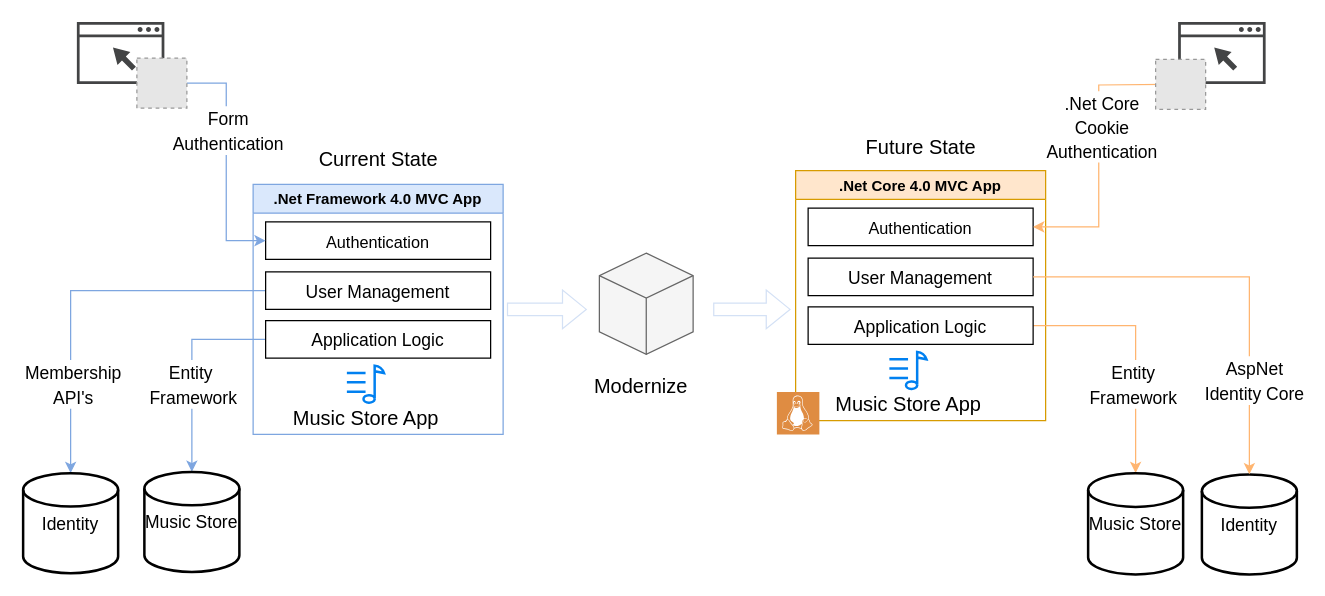
Above: MusicStore.drawio in aws-samples/dotnet-modernization-music-store (draw.io), before the change. Source tidied: cells renumbered, new cells numbered last; positions are measured from the earlier drawing's top-left corner, leaving out a move shared by most shapes. Both pictures are drawn from the tidied source at 125%, with x=0, y=0 at pixel (22, 21). Pictures stored in the file or linked from it are replaced by grey dashed boxes.
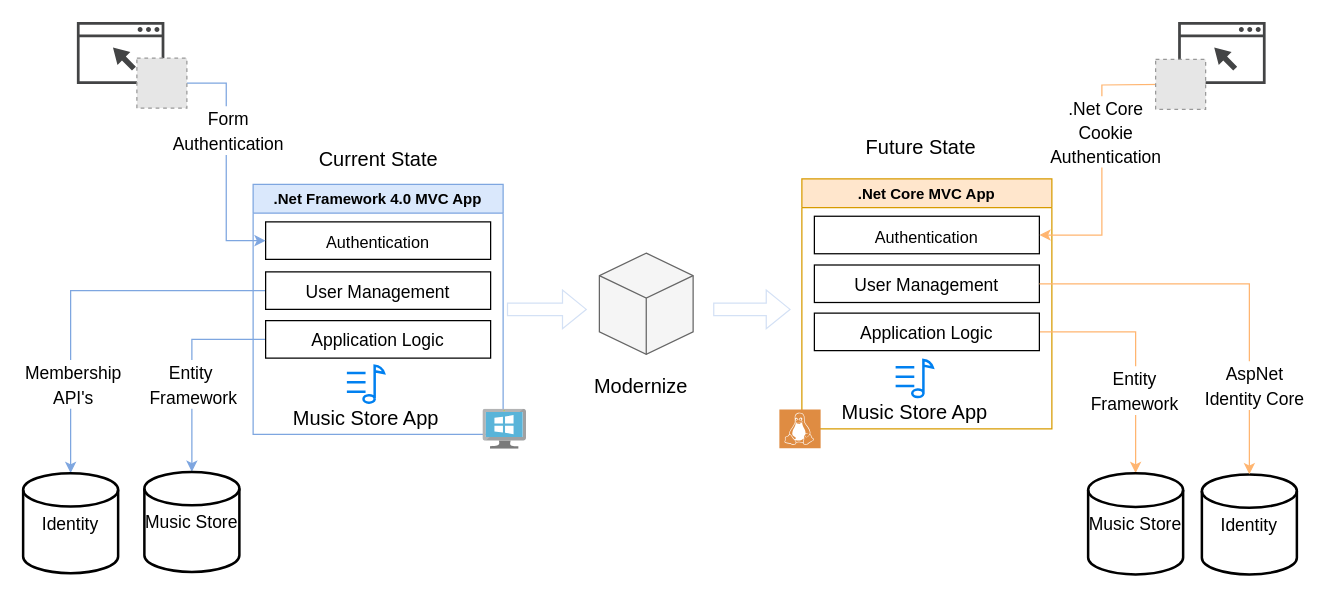
After the change.

What changed in the source:
```diff
@@
-    <mxCell id="22" value=".Net Core 4.0 MVC App" style="swimlane;fillColor=#ffe6cc;strokeColor=#d79b00;" parent="1" vertex="1">
-      <mxGeometry x="618" y="119" width="200" height="200" as="geometry" />
+    <mxCell id="22" value=".Net Core MVC App" style="swimlane;fillColor=#ffe6cc;strokeColor=#d79b00;" parent="1" vertex="1">
+      <mxGeometry x="623" y="125.5" width="200" height="200" as="geometry" />
     </mxCell>
@@
     <mxCell id="24" value="&lt;font style=&quot;font-size: 14px&quot;&gt;User Management&lt;/font&gt;" style="rounded=0;whiteSpace=wrap;html=1;fontSize=16;" parent="22" vertex="1">
-      <mxGeometry x="10" y="70" width="180" height="30" as="geometry" />
+      <mxGeometry x="10" y="69" width="180" height="30" as="geometry" />
     </mxCell>
@@
     <mxCell id="30" value="&lt;font style=&quot;font-size: 14px&quot;&gt;Application Logic&lt;/font&gt;" style="rounded=0;whiteSpace=wrap;html=1;fontSize=16;" parent="1" vertex="1">
-      <mxGeometry x="628" y="228" width="180" height="30" as="geometry" />
+      <mxGeometry x="633" y="233" width="180" height="30" as="geometry" />
     </mxCell>
     <mxCell id="31" style="shadow=0;dashed=0;html=1;strokeColor=none;fillColor=#DF8C42;labelPosition=center;verticalLabelPosition=bottom;verticalAlign=top;align=center;shape=mxgraph.veeam2.linux;labelBackgroundColor=#D4E1F5;fontSize=16;" parent="1" vertex="1">
-      <mxGeometry x="603" y="296" width="34" height="34" as="geometry" />
+      <mxGeometry x="605" y="310" width="33" height="31" as="geometry" />
     </mxCell>
@@
+    <mxCell id="41" style="html=1;align=center;image;fontSize=12;image=img/lib/mscae/VirtualMachineWindows.svg;labelBackgroundColor=#7EA6E0;strokeColor=#7EA6E0;" parent="1" vertex="1">
+      <mxGeometry x="368" y="310" width="34.8" height="32" as="geometry" />
+    </mxCell>
```
